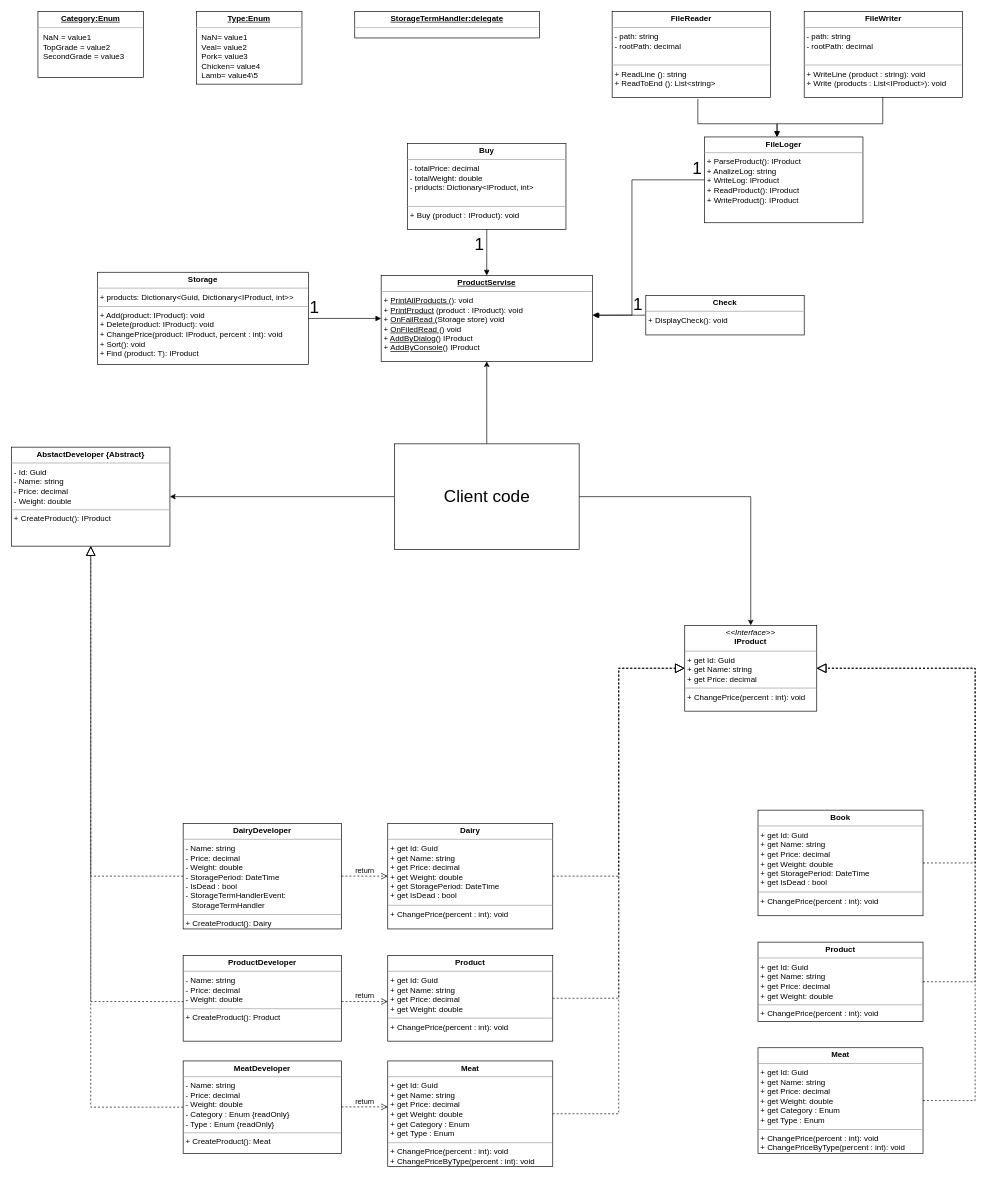
The draw.io diagram Task11/Untitled Diagram.drawio in senivlm/SigmaHW-1, before the edit. Source tidied: cells renumbered, new cells numbered last; positions are measured from the earlier drawing's top-left corner, leaving out a move shared by most shapes. Both pictures are drawn from the tidied source at 66%, with x=0, y=0 at pixel (11, 11).
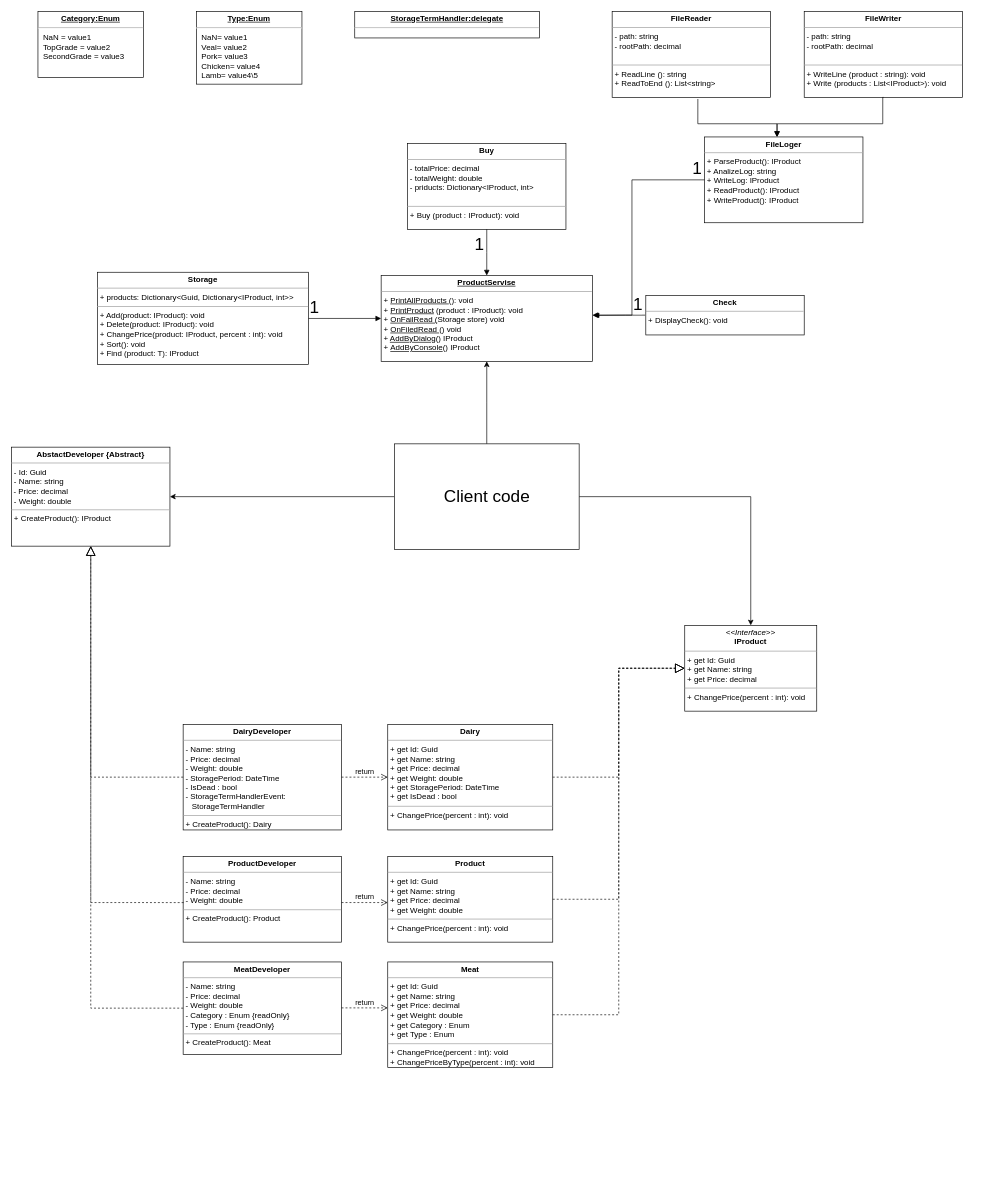
The same diagram, later.

The change refers to these unchanged cells:
```xml
<mxCell id="2" value="&lt;p style=&quot;margin:0px;margin-top:4px;text-align:center;&quot;&gt;&lt;i&gt;&amp;lt;&amp;lt;Interface&amp;gt;&amp;gt;&lt;/i&gt;&lt;br&gt;&lt;b&gt;IProduct&lt;/b&gt;&lt;/p&gt;&lt;hr size=&quot;1&quot;&gt;&lt;p style=&quot;margin:0px;margin-left:4px;&quot;&gt;+ get Id: Guid&lt;br&gt;+ get Name: string&lt;/p&gt;&lt;p style=&quot;margin:0px;margin-left:4px;&quot;&gt;+ get Price: decimal&lt;/p&gt;&lt;hr size=&quot;1&quot;&gt;&lt;p style=&quot;margin:0px;margin-left:4px;&quot;&gt;+ ChangePrice(percent : int): void&lt;br&gt;&lt;/p&gt;" style="verticalAlign=top;align=left;overflow=fill;fontSize=12;fontFamily=Helvetica;html=1;" parent="1" vertex="1">
  <mxGeometry x="1020" y="930" width="200" height="130" as="geometry" />
</mxCell>
<mxCell id="3" value="&lt;p style=&quot;margin:0px;margin-top:4px;text-align:center;&quot;&gt;&lt;b&gt;AbstactDeveloper {Abstract}&lt;/b&gt;&lt;br&gt;&lt;/p&gt;&lt;hr size=&quot;1&quot;&gt;&lt;p style=&quot;margin: 0px 0px 0px 4px;&quot;&gt;- Id: Guid&lt;br&gt;- Name: string&lt;/p&gt;&lt;span style=&quot;background-color: initial;&quot;&gt;&amp;nbsp;- Price: decimal&lt;/span&gt;&lt;br&gt;&lt;p style=&quot;margin: 0px 0px 0px 4px;&quot;&gt;- Weight: double&amp;nbsp;&lt;/p&gt;&lt;hr size=&quot;1&quot;&gt;&lt;p style=&quot;margin:0px;margin-left:4px;&quot;&gt;+ CreateProduct(): IProduct&lt;br&gt;&lt;/p&gt;" style="verticalAlign=top;align=left;overflow=fill;fontSize=12;fontFamily=Helvetica;html=1;" parent="1" vertex="1">
  <mxGeometry y="660" width="240" height="150" as="geometry" />
</mxCell>
```

Change to the diagram source:
```diff
@@
     <mxCell id="4" value="&lt;p style=&quot;margin:0px;margin-top:4px;text-align:center;&quot;&gt;&lt;b&gt;Dairy&lt;/b&gt;&lt;b style=&quot;background-color: initial;&quot;&gt;Developer&lt;/b&gt;&lt;/p&gt;&lt;hr size=&quot;1&quot;&gt;&lt;p style=&quot;margin: 0px 0px 0px 4px;&quot;&gt;- Name: string&lt;/p&gt;&lt;p style=&quot;margin: 0px 0px 0px 4px;&quot;&gt;- Price: decimal&lt;br&gt;&lt;/p&gt;&lt;p style=&quot;margin: 0px 0px 0px 4px;&quot;&gt;- Weight: double&lt;/p&gt;&lt;p style=&quot;margin: 0px 0px 0px 4px;&quot;&gt;- StoragePeriod: DateTime&lt;/p&gt;&lt;p style=&quot;margin: 0px 0px 0px 4px;&quot;&gt;- IsDead : bool&lt;/p&gt;&lt;p style=&quot;margin: 0px 0px 0px 4px;&quot;&gt;&lt;span style=&quot;background-color: initial;&quot;&gt;- StorageTermHandlerEvent:&lt;/span&gt;&lt;/p&gt;&lt;span style=&quot;white-space: pre;&quot;&gt; &lt;/span&gt;&lt;span style=&quot;white-space: pre;&quot;&gt; &lt;/span&gt;&lt;span style=&quot;white-space: pre;&quot;&gt; &lt;/span&gt;&lt;span style=&quot;white-space: pre;&quot;&gt; &lt;/span&gt;StorageTermHandler&amp;nbsp;&lt;hr size=&quot;1&quot;&gt;&lt;p style=&quot;margin:0px;margin-left:4px;&quot;&gt;+ CreateProduct(): Dairy&lt;br&gt;&lt;/p&gt;" style="verticalAlign=top;align=left;overflow=fill;fontSize=12;fontFamily=Helvetica;html=1;" parent="1" vertex="1">
-      <mxGeometry x="260" y="1230" width="240" height="160" as="geometry" />
+      <mxGeometry x="260" y="1080" width="240" height="160" as="geometry" />
     </mxCell>
     <mxCell id="5" value="&lt;p style=&quot;margin:0px;margin-top:4px;text-align:center;&quot;&gt;&lt;b&gt;Meat&lt;/b&gt;&lt;b style=&quot;background-color: initial;&quot;&gt;Developer&lt;/b&gt;&lt;/p&gt;&lt;hr size=&quot;1&quot;&gt;&lt;p style=&quot;margin: 0px 0px 0px 4px;&quot;&gt;- Name: string&lt;/p&gt;&lt;p style=&quot;margin: 0px 0px 0px 4px;&quot;&gt;- Price: decimal&lt;br&gt;&lt;/p&gt;&lt;p style=&quot;margin: 0px 0px 0px 4px;&quot;&gt;- Weight: double&lt;/p&gt;&lt;p style=&quot;margin: 0px 0px 0px 4px;&quot;&gt;- Category : Enum {readOnly}&lt;/p&gt;&lt;p style=&quot;margin: 0px 0px 0px 4px;&quot;&gt;- Type : Enum {readOnly}&lt;/p&gt;&lt;hr size=&quot;1&quot;&gt;&lt;p style=&quot;margin:0px;margin-left:4px;&quot;&gt;+ CreateProduct(): Meat&lt;br&gt;&lt;/p&gt;" style="verticalAlign=top;align=left;overflow=fill;fontSize=12;fontFamily=Helvetica;html=1;" parent="1" vertex="1">
-      <mxGeometry x="260" y="1590" width="240" height="140" as="geometry" />
+      <mxGeometry x="260" y="1440" width="240" height="140" as="geometry" />
     </mxCell>
     <mxCell id="6" value="&lt;p style=&quot;margin:0px;margin-top:4px;text-align:center;&quot;&gt;&lt;b&gt;Product&lt;/b&gt;&lt;b style=&quot;background-color: initial;&quot;&gt;Developer&lt;/b&gt;&lt;/p&gt;&lt;hr size=&quot;1&quot;&gt;&lt;p style=&quot;margin: 0px 0px 0px 4px;&quot;&gt;- Name: string&lt;/p&gt;&lt;p style=&quot;margin: 0px 0px 0px 4px;&quot;&gt;- Price: decimal&lt;br&gt;&lt;/p&gt;&lt;p style=&quot;margin: 0px 0px 0px 4px;&quot;&gt;- Weight: double&lt;/p&gt;&lt;hr size=&quot;1&quot;&gt;&lt;p style=&quot;margin:0px;margin-left:4px;&quot;&gt;+ CreateProduct(): Product&lt;br&gt;&lt;/p&gt;" style="verticalAlign=top;align=left;overflow=fill;fontSize=12;fontFamily=Helvetica;html=1;" parent="1" vertex="1">
-      <mxGeometry x="260" y="1430" width="240" height="130" as="geometry" />
+      <mxGeometry x="260" y="1280" width="240" height="130" as="geometry" />
     </mxCell>
     <mxCell id="7" style="endArrow=block;dashed=1;endFill=0;endSize=12;html=1;rounded=0;entryX=0.5;entryY=1;entryDx=0;entryDy=0;exitX=0.003;exitY=0.539;exitDx=0;exitDy=0;exitPerimeter=0;" parent="1" edge="1" source="6" target="3">
       <mxGeometry relative="1" as="geometry">
         <Array as="points">
-          <mxPoint x="160" y="1500" />
-          <mxPoint x="120" y="1500" />
+          <mxPoint x="180" y="1350" />
+          <mxPoint x="120" y="1350" />
         </Array>
       </mxGeometry>
     </mxCell>
     <mxCell id="8" style="endArrow=block;dashed=1;endFill=0;endSize=12;html=1;rounded=0;exitX=0;exitY=0.5;exitDx=0;exitDy=0;edgeStyle=orthogonalEdgeStyle;" parent="1" edge="1" source="5">
       <mxGeometry relative="1" as="geometry">
         <mxPoint x="120" y="810" as="targetPoint" />
         <Array as="points">
-          <mxPoint x="120" y="1660" />
+          <mxPoint x="120" y="1510" />
         </Array>
       </mxGeometry>
     </mxCell>
     <mxCell id="9" style="endArrow=block;dashed=1;endFill=0;endSize=12;html=1;rounded=0;exitX=0;exitY=0.5;exitDx=0;exitDy=0;edgeStyle=orthogonalEdgeStyle;entryX=0.5;entryY=1;entryDx=0;entryDy=0;" parent="1" edge="1" source="4" target="3">
       <mxGeometry relative="1" as="geometry">
         <Array as="points">
-          <mxPoint x="120" y="1310" />
+          <mxPoint x="120" y="1160" />
         </Array>
       </mxGeometry>
     </mxCell>
     <mxCell id="10" value="&lt;p style=&quot;margin:0px;margin-top:4px;text-align:center;&quot;&gt;&lt;b&gt;Product&lt;/b&gt;&lt;/p&gt;&lt;hr size=&quot;1&quot;&gt;&lt;p style=&quot;margin: 0px 0px 0px 4px;&quot;&gt;+ get Id: Guid&lt;br&gt;+ get Name: string&lt;/p&gt;&lt;p style=&quot;margin: 0px 0px 0px 4px;&quot;&gt;+ get Price: decimal&lt;br&gt;&lt;/p&gt;&lt;p style=&quot;margin: 0px 0px 0px 4px;&quot;&gt;+ get Weight: double&lt;/p&gt;&lt;hr size=&quot;1&quot;&gt;&lt;p style=&quot;margin:0px;margin-left:4px;&quot;&gt;+ ChangePrice(percent : int): void&lt;br&gt;&lt;/p&gt;" style="verticalAlign=top;align=left;overflow=fill;fontSize=12;fontFamily=Helvetica;html=1;" parent="1" vertex="1">
-      <mxGeometry x="570" y="1430" width="250" height="130" as="geometry" />
+      <mxGeometry x="570" y="1280" width="250" height="130" as="geometry" />
     </mxCell>
     <mxCell id="11" value="&lt;p style=&quot;margin:0px;margin-top:4px;text-align:center;&quot;&gt;&lt;b&gt;Dairy&lt;/b&gt;&lt;/p&gt;&lt;hr size=&quot;1&quot;&gt;&lt;p style=&quot;margin: 0px 0px 0px 4px;&quot;&gt;+ get Id: Guid&lt;br&gt;+ get Name: string&lt;/p&gt;&lt;p style=&quot;margin: 0px 0px 0px 4px;&quot;&gt;+ get Price: decimal&lt;br&gt;&lt;/p&gt;&lt;p style=&quot;margin: 0px 0px 0px 4px;&quot;&gt;+ get Weight: double&lt;/p&gt;&lt;p style=&quot;margin: 0px 0px 0px 4px;&quot;&gt;+ get StoragePeriod: DateTime&lt;/p&gt;&lt;p style=&quot;margin: 0px 0px 0px 4px;&quot;&gt;+ get IsDead : bool&lt;/p&gt;&lt;hr size=&quot;1&quot;&gt;&lt;p style=&quot;margin:0px;margin-left:4px;&quot;&gt;+ ChangePrice(percent : int): void&lt;br&gt;&lt;/p&gt;" style="verticalAlign=top;align=left;overflow=fill;fontSize=12;fontFamily=Helvetica;html=1;" parent="1" vertex="1">
-      <mxGeometry x="570" y="1230" width="250" height="160" as="geometry" />
+      <mxGeometry x="570" y="1080" width="250" height="160" as="geometry" />
     </mxCell>
     <mxCell id="12" value="&lt;p style=&quot;margin:0px;margin-top:4px;text-align:center;&quot;&gt;&lt;b&gt;Meat&lt;/b&gt;&lt;/p&gt;&lt;hr size=&quot;1&quot;&gt;&lt;p style=&quot;margin: 0px 0px 0px 4px;&quot;&gt;+ get Id: Guid&lt;br&gt;+ get Name: string&lt;/p&gt;&lt;p style=&quot;margin: 0px 0px 0px 4px;&quot;&gt;+ get Price: decimal&lt;br&gt;&lt;/p&gt;&lt;p style=&quot;margin: 0px 0px 0px 4px;&quot;&gt;+ get Weight: double&lt;/p&gt;&lt;p style=&quot;margin: 0px 0px 0px 4px;&quot;&gt;+ get Category : Enum&lt;/p&gt;&lt;p style=&quot;margin: 0px 0px 0px 4px;&quot;&gt;+ get Type : Enum&lt;/p&gt;&lt;hr size=&quot;1&quot;&gt;&lt;p style=&quot;margin:0px;margin-left:4px;&quot;&gt;+ ChangePrice(percent : int): void&lt;br&gt;&lt;/p&gt;&lt;p style=&quot;margin:0px;margin-left:4px;&quot;&gt;+ ChangePriceByType(percent : int): void&lt;br&gt;&lt;/p&gt;" style="verticalAlign=top;align=left;overflow=fill;fontSize=12;fontFamily=Helvetica;html=1;" parent="1" vertex="1">
-      <mxGeometry x="570" y="1590" width="250" height="160" as="geometry" />
+      <mxGeometry x="570" y="1440" width="250" height="160" as="geometry" />
     </mxCell>
@@
     <mxCell id="15" style="endArrow=block;dashed=1;endFill=0;endSize=12;html=1;rounded=0;edgeStyle=orthogonalEdgeStyle;exitX=1;exitY=0.5;exitDx=0;exitDy=0;entryX=0;entryY=0.5;entryDx=0;entryDy=0;" parent="1" edge="1" source="11" target="2">
       <mxGeometry relative="1" as="geometry">
         <Array as="points">
-          <mxPoint x="920" y="1310" />
+          <mxPoint x="920" y="1160" />
           <mxPoint x="920" y="995" />
         </Array>
       </mxGeometry>
     </mxCell>
-    <mxCell id="16" value="&lt;p style=&quot;margin:0px;margin-top:4px;text-align:center;&quot;&gt;&lt;b&gt;Product&lt;/b&gt;&lt;/p&gt;&lt;hr size=&quot;1&quot;&gt;&lt;p style=&quot;margin: 0px 0px 0px 4px;&quot;&gt;+ get Id: Guid&lt;br&gt;+ get Name: string&lt;/p&gt;&lt;p style=&quot;margin: 0px 0px 0px 4px;&quot;&gt;+ get Price: decimal&lt;br&gt;&lt;/p&gt;&lt;p style=&quot;margin: 0px 0px 0px 4px;&quot;&gt;+ get Weight: double&lt;/p&gt;&lt;hr size=&quot;1&quot;&gt;&lt;p style=&quot;margin:0px;margin-left:4px;&quot;&gt;+ ChangePrice(percent : int): void&lt;br&gt;&lt;/p&gt;" style="verticalAlign=top;align=left;overflow=fill;fontSize=12;fontFamily=Helvetica;html=1;" parent="1" vertex="1">
-      <mxGeometry x="1131" y="1410" width="250" height="120" as="geometry" />
-    </mxCell>
-    <mxCell id="17" value="&lt;p style=&quot;margin:0px;margin-top:4px;text-align:center;&quot;&gt;&lt;b&gt;Book&lt;/b&gt;&lt;/p&gt;&lt;hr size=&quot;1&quot;&gt;&lt;p style=&quot;margin: 0px 0px 0px 4px;&quot;&gt;+ get Id: Guid&lt;br&gt;+ get Name: string&lt;/p&gt;&lt;p style=&quot;margin: 0px 0px 0px 4px;&quot;&gt;+ get Price: decimal&lt;br&gt;&lt;/p&gt;&lt;p style=&quot;margin: 0px 0px 0px 4px;&quot;&gt;+ get Weight: double&lt;/p&gt;&lt;p style=&quot;margin: 0px 0px 0px 4px;&quot;&gt;+ get StoragePeriod: DateTime&lt;/p&gt;&lt;p style=&quot;margin: 0px 0px 0px 4px;&quot;&gt;+ get IsDead : bool&lt;/p&gt;&lt;hr size=&quot;1&quot;&gt;&lt;p style=&quot;margin:0px;margin-left:4px;&quot;&gt;+ ChangePrice(percent : int): void&lt;br&gt;&lt;/p&gt;" style="verticalAlign=top;align=left;overflow=fill;fontSize=12;fontFamily=Helvetica;html=1;" parent="1" vertex="1">
-      <mxGeometry x="1131" y="1210" width="250" height="160" as="geometry" />
-    </mxCell>
-    <mxCell id="18" value="&lt;p style=&quot;margin:0px;margin-top:4px;text-align:center;&quot;&gt;&lt;b&gt;Meat&lt;/b&gt;&lt;/p&gt;&lt;hr size=&quot;1&quot;&gt;&lt;p style=&quot;margin: 0px 0px 0px 4px;&quot;&gt;+ get Id: Guid&lt;br&gt;+ get Name: string&lt;/p&gt;&lt;p style=&quot;margin: 0px 0px 0px 4px;&quot;&gt;+ get Price: decimal&lt;br&gt;&lt;/p&gt;&lt;p style=&quot;margin: 0px 0px 0px 4px;&quot;&gt;+ get Weight: double&lt;/p&gt;&lt;p style=&quot;margin: 0px 0px 0px 4px;&quot;&gt;+ get Category : Enum&lt;/p&gt;&lt;p style=&quot;margin: 0px 0px 0px 4px;&quot;&gt;+ get Type : Enum&lt;/p&gt;&lt;hr size=&quot;1&quot;&gt;&lt;p style=&quot;margin:0px;margin-left:4px;&quot;&gt;+ ChangePrice(percent : int): void&lt;br&gt;&lt;/p&gt;&lt;p style=&quot;margin:0px;margin-left:4px;&quot;&gt;+ ChangePriceByType(percent : int): void&lt;br&gt;&lt;/p&gt;" style="verticalAlign=top;align=left;overflow=fill;fontSize=12;fontFamily=Helvetica;html=1;" parent="1" vertex="1">
-      <mxGeometry x="1131" y="1570" width="250" height="160" as="geometry" />
-    </mxCell>
-    <mxCell id="19" style="endArrow=block;dashed=1;endFill=0;endSize=12;html=1;rounded=0;edgeStyle=orthogonalEdgeStyle;entryX=1;entryY=0.5;entryDx=0;entryDy=0;exitX=1;exitY=0.5;exitDx=0;exitDy=0;" parent="1" edge="1" source="18" target="2">
-      <mxGeometry relative="1" as="geometry">
-        <Array as="points">
-          <mxPoint x="1460" y="1650" />
-          <mxPoint x="1460" y="995" />
-        </Array>
-      </mxGeometry>
-    </mxCell>
-    <mxCell id="20" style="endArrow=block;dashed=1;endFill=0;endSize=12;html=1;rounded=0;edgeStyle=orthogonalEdgeStyle;exitX=1;exitY=0.5;exitDx=0;exitDy=0;entryX=1;entryY=0.5;entryDx=0;entryDy=0;" parent="1" edge="1" source="16" target="2">
-      <mxGeometry relative="1" as="geometry">
-        <Array as="points">
-          <mxPoint x="1460" y="1470" />
-          <mxPoint x="1460" y="995" />
-        </Array>
-      </mxGeometry>
-    </mxCell>
-    <mxCell id="21" style="endArrow=block;dashed=1;endFill=0;endSize=12;html=1;rounded=0;edgeStyle=orthogonalEdgeStyle;exitX=1;exitY=0.5;exitDx=0;exitDy=0;entryX=1;entryY=0.5;entryDx=0;entryDy=0;" parent="1" edge="1" source="17" target="2">
-      <mxGeometry relative="1" as="geometry">
-        <Array as="points">
-          <mxPoint x="1460" y="1290" />
-          <mxPoint x="1460" y="995" />
-        </Array>
-      </mxGeometry>
-    </mxCell>
@@
     <mxCell id="23" value="return" style="html=1;verticalAlign=bottom;endArrow=open;dashed=1;endSize=8;rounded=0;entryX=0;entryY=0.5;entryDx=0;entryDy=0;exitX=1;exitY=0.5;exitDx=0;exitDy=0;" parent="1" edge="1">
       <mxGeometry relative="1" as="geometry">
-        <mxPoint x="500" y="1500" as="sourcePoint" />
-        <mxPoint x="570" y="1500" as="targetPoint" />
+        <mxPoint x="500" y="1350" as="sourcePoint" />
+        <mxPoint x="570" y="1350" as="targetPoint" />
       </mxGeometry>
     </mxCell>
     <mxCell id="24" value="return" style="html=1;verticalAlign=bottom;endArrow=open;dashed=1;endSize=8;rounded=0;entryX=0;entryY=0.5;entryDx=0;entryDy=0;exitX=1;exitY=0.5;exitDx=0;exitDy=0;" parent="1" edge="1">
       <mxGeometry relative="1" as="geometry">
-        <mxPoint x="500" y="1659.6" as="sourcePoint" />
-        <mxPoint x="570" y="1659.6" as="targetPoint" />
+        <mxPoint x="500" y="1509.6" as="sourcePoint" />
+        <mxPoint x="570" y="1509.6" as="targetPoint" />
       </mxGeometry>
     </mxCell>
```
